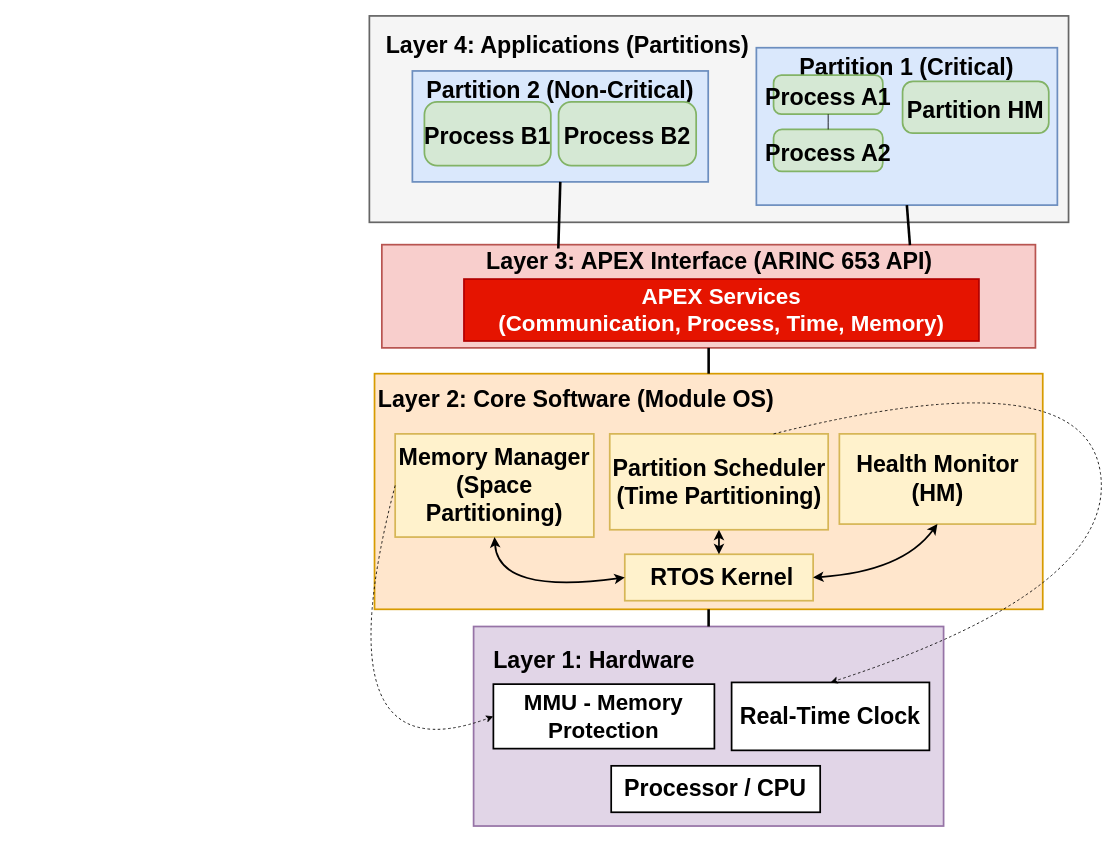
This is schemes/arinc653_archi.drawio from bouleaulama30/ucx-os-ARINC653, a draw.io file, before an edit. Source tidied: cells renumbered, new cells numbered last; positions are measured from the earlier drawing's top-left corner, leaving out a move shared by most shapes. Both pictures are drawn from the tidied source at 86%, with x=0, y=0 at pixel (317, 15).
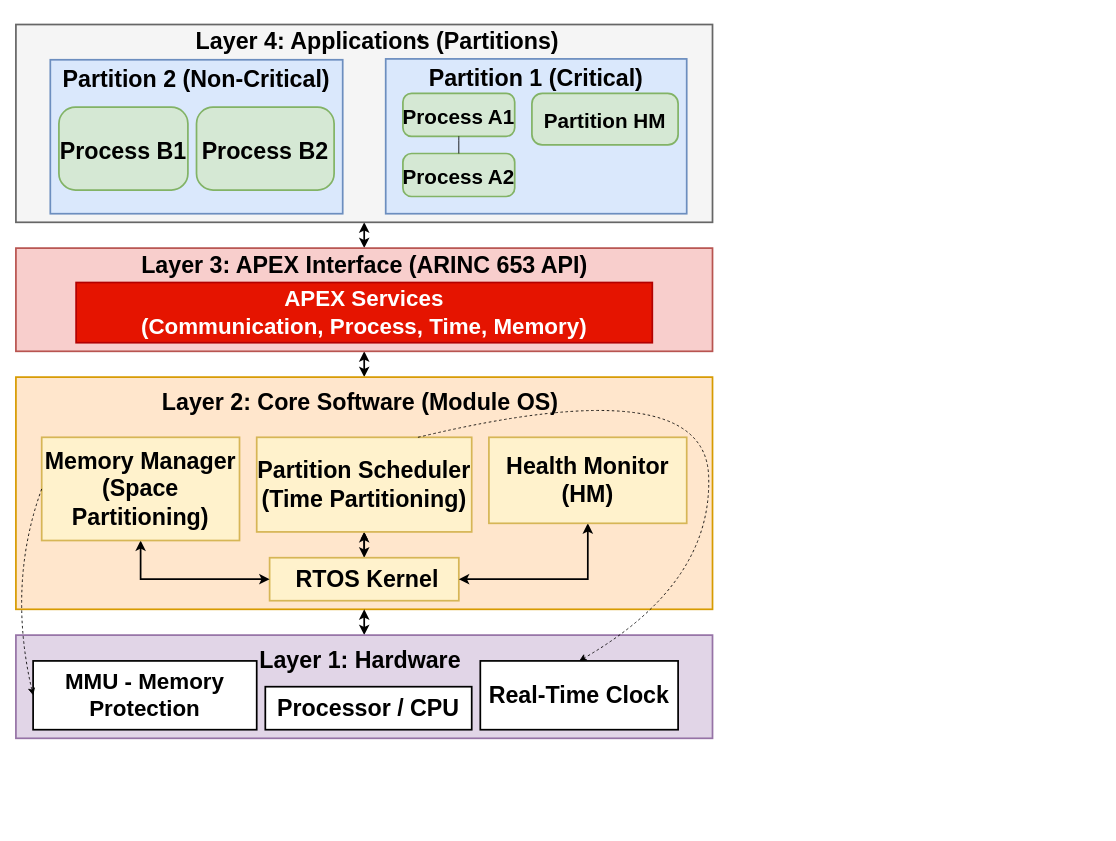
Above is the later version.

The edit, as a diff of the source:
```diff
@@
+    <mxCell id="35" style="edgeStyle=orthogonalEdgeStyle;rounded=0;jettySize=auto;html=1;entryX=0.5;entryY=0;entryDx=0;entryDy=0;startArrow=classic;startFill=1;strokeWidth=2;" parent="1" edge="1" source="2" target="11">
+      <mxGeometry relative="1" as="geometry" />
+    </mxCell>
     <mxCell id="2" style="whiteSpace=wrap;strokeWidth=2;fillColor=#f5f5f5;fontColor=#333333;strokeColor=#666666;" parent="1" vertex="1">
-      <mxGeometry x="60" width="813" height="240" as="geometry" />
+      <mxGeometry x="-351" y="10" width="810" height="230" as="geometry" />
     </mxCell>
     <mxCell id="3" value="Partition 2 (Non-Critical)" style="whiteSpace=wrap;strokeWidth=2;verticalAlign=top;fontStyle=1;fontSize=27;fillColor=#dae8fc;strokeColor=#6c8ebf;" parent="1" vertex="1">
-      <mxGeometry x="110" y="64" width="344" height="129" as="geometry" />
+      <mxGeometry x="-311" y="51" width="340" height="179" as="geometry" />
     </mxCell>
     <mxCell id="4" value="Process B1" style="rounded=1;arcSize=20;strokeWidth=2;fontStyle=1;fontSize=27;fillColor=#d5e8d4;strokeColor=#82b366;" parent="3" vertex="1">
-      <mxGeometry x="14" y="36" width="147" height="74" as="geometry" />
+      <mxGeometry x="10" y="55.1" width="150" height="96.4" as="geometry" />
     </mxCell>
     <mxCell id="5" value="Process B2" style="rounded=1;arcSize=20;strokeWidth=2;fontStyle=1;fontSize=27;fillColor=#d5e8d4;strokeColor=#82b366;" parent="3" vertex="1">
-      <mxGeometry x="170" y="36" width="160" height="74" as="geometry" />
+      <mxGeometry x="170" y="55.1" width="160" height="96.4" as="geometry" />
     </mxCell>
     <mxCell id="6" value="Partition 1 (Critical)" style="whiteSpace=wrap;strokeWidth=2;verticalAlign=top;fontStyle=1;fontSize=27;fillColor=#dae8fc;strokeColor=#6c8ebf;" parent="1" vertex="1">
-      <mxGeometry x="510" y="37" width="350" height="183" as="geometry" />
+      <mxGeometry x="79" y="50" width="350" height="180" as="geometry" />
     </mxCell>
-    <mxCell id="7" value="Process A1" style="rounded=1;arcSize=20;strokeWidth=2;fontStyle=1;fontSize=27;fillColor=#d5e8d4;strokeColor=#82b366;" parent="6" vertex="1">
-      <mxGeometry x="20" y="31.9" width="127" height="45.4" as="geometry" />
+    <mxCell id="7" value="Process A1" style="rounded=1;arcSize=20;strokeWidth=2;fontStyle=1;fontSize=24;fillColor=#d5e8d4;strokeColor=#82b366;" parent="6" vertex="1">
+      <mxGeometry x="20" y="40" width="130" height="50" as="geometry" />
     </mxCell>
-    <mxCell id="8" value="Process A2" style="rounded=1;arcSize=20;strokeWidth=2;fontStyle=1;fontSize=27;fillColor=#d5e8d4;strokeColor=#82b366;" parent="6" vertex="1">
-      <mxGeometry x="20" y="95" width="127" height="48.9" as="geometry" />
+    <mxCell id="8" value="Process A2" style="rounded=1;arcSize=20;strokeWidth=2;fontStyle=1;fontSize=24;fillColor=#d5e8d4;strokeColor=#82b366;" parent="6" vertex="1">
+      <mxGeometry x="20" y="110" width="130" height="50" as="geometry" />
     </mxCell>
-    <mxCell id="9" value="Partition HM" style="rounded=1;arcSize=20;strokeWidth=2;fontStyle=1;fontSize=27;fillColor=#d5e8d4;strokeColor=#82b366;" parent="6" vertex="1">
-      <mxGeometry x="170" y="39" width="170" height="60.3" as="geometry" />
+    <mxCell id="9" value="Partition HM" style="rounded=1;arcSize=20;strokeWidth=2;fontStyle=1;fontSize=24;fillColor=#d5e8d4;strokeColor=#82b366;" parent="6" vertex="1">
+      <mxGeometry x="170" y="40" width="170" height="60" as="geometry" />
     </mxCell>
@@
+    <mxCell id="36" style="edgeStyle=orthogonalEdgeStyle;rounded=0;jettySize=auto;html=1;entryX=0.5;entryY=0;entryDx=0;entryDy=0;startArrow=classic;startFill=1;strokeWidth=2;" parent="1" edge="1" source="11" target="14">
+      <mxGeometry relative="1" as="geometry" />
+    </mxCell>
     <mxCell id="11" style="whiteSpace=wrap;strokeWidth=2;verticalAlign=top;fillColor=#f8cecc;strokeColor=#b85450;" parent="1" vertex="1">
-      <mxGeometry x="74.5" y="266" width="760" height="120" as="geometry" />
+      <mxGeometry x="-351" y="270" width="810" height="120" as="geometry" />
     </mxCell>
     <mxCell id="12" value="APEX Services&#10;(Communication, Process, Time, Memory)" style="whiteSpace=wrap;strokeWidth=2;fontStyle=1;fontSize=26;fillColor=#e51400;fontColor=#ffffff;strokeColor=#B20000;" parent="11" vertex="1">
-      <mxGeometry x="95.5" y="40" width="598.8" height="72" as="geometry" />
+      <mxGeometry x="70" y="40" width="670" height="70" as="geometry" />
     </mxCell>
     <mxCell id="13" value="&lt;font&gt;Layer 3: APEX Interface (ARINC 653 API)&lt;/font&gt;" style="text;strokeColor=none;fillColor=none;html=1;fontSize=27;fontStyle=1;verticalAlign=middle;align=center;" parent="11" vertex="1">
-      <mxGeometry x="264.9" y="12" width="230.3" height="15.1" as="geometry" />
+      <mxGeometry x="280" y="10" width="250" height="20" as="geometry" />
     </mxCell>
     <mxCell id="14" style="whiteSpace=wrap;strokeWidth=2;fillColor=#ffe6cc;strokeColor=#d79b00;" parent="1" vertex="1">
-      <mxGeometry x="66" y="416" width="777" height="274" as="geometry" />
+      <mxGeometry x="-351" y="420" width="810" height="270" as="geometry" />
     </mxCell>
+    <mxCell id="23" style="edgeStyle=orthogonalEdgeStyle;rounded=0;jettySize=auto;html=1;entryX=0.5;entryY=1;entryDx=0;entryDy=0;startArrow=classic;startFill=1;strokeWidth=2;" parent="1" edge="1" source="15" target="14">
+      <mxGeometry relative="1" as="geometry" />
+    </mxCell>
     <mxCell id="15" style="whiteSpace=wrap;strokeWidth=2;fillColor=#e1d5e7;strokeColor=#9673a6;" parent="1" vertex="1">
-      <mxGeometry x="181.2" y="710" width="546.5" height="232" as="geometry" />
+      <mxGeometry x="-351" y="720" width="810" height="120" as="geometry" />
     </mxCell>
     <mxCell id="16" value="Processor / CPU" style="whiteSpace=wrap;strokeWidth=2;fontStyle=1;fontSize=27;" parent="1" vertex="1">
-      <mxGeometry x="341.2" y="872" width="243" height="54" as="geometry" />
+      <mxGeometry x="-61" y="780" width="240" height="50" as="geometry" />
     </mxCell>
     <mxCell id="17" value="MMU - Memory Protection" style="whiteSpace=wrap;strokeWidth=2;fontStyle=1;fontSize=26;" parent="1" vertex="1">
-      <mxGeometry x="204.2" y="777" width="257" height="75" as="geometry" />
+      <mxGeometry x="-331" y="750" width="260" height="80" as="geometry" />
     </mxCell>
     <mxCell id="18" value="Real-Time Clock" style="whiteSpace=wrap;strokeWidth=2;fontStyle=1;fontSize=27;" parent="1" vertex="1">
-      <mxGeometry x="481.2" y="775" width="230" height="79" as="geometry" />
+      <mxGeometry x="189" y="750" width="230" height="80" as="geometry" />
     </mxCell>
+    <mxCell id="37" style="edgeStyle=orthogonalEdgeStyle;rounded=0;jettySize=auto;html=1;" parent="1" edge="1" source="19" target="20">
+      <mxGeometry relative="1" as="geometry" />
+    </mxCell>
+    <mxCell id="38" style="edgeStyle=orthogonalEdgeStyle;rounded=0;jettySize=auto;html=1;strokeColor=default;startArrow=classic;startFill=1;strokeWidth=2;" parent="1" edge="1" source="19" target="20">
+      <mxGeometry relative="1" as="geometry" />
+    </mxCell>
     <mxCell id="19" value=" RTOS Kernel" style="whiteSpace=wrap;strokeWidth=2;fontStyle=1;fontSize=27;fillColor=#fff2cc;strokeColor=#d6b656;" parent="1" vertex="1">
-      <mxGeometry x="357" y="626" width="219" height="54" as="geometry" />
+      <mxGeometry x="-56" y="630" width="220" height="50" as="geometry" />
     </mxCell>
     <mxCell id="20" value="Partition Scheduler&#10;(Time Partitioning)" style="whiteSpace=wrap;strokeWidth=2;fontStyle=1;fontSize=27;fillColor=#fff2cc;strokeColor=#d6b656;" parent="1" vertex="1">
-      <mxGeometry x="339.5" y="486" width="254" height="111.5" as="geometry" />
+      <mxGeometry x="-71" y="490" width="250" height="110" as="geometry" />
     </mxCell>
+    <mxCell id="29" style="edgeStyle=orthogonalEdgeStyle;rounded=0;jettySize=auto;html=1;entryX=0;entryY=0.5;entryDx=0;entryDy=0;exitX=0.5;exitY=1;exitDx=0;exitDy=0;exitPerimeter=0;startArrow=classic;startFill=1;strokeWidth=2;" parent="1" edge="1" source="21" target="19">
+      <mxGeometry relative="1" as="geometry" />
+    </mxCell>
     <mxCell id="21" value="Memory Manager&#10;(Space Partitioning)" style="whiteSpace=wrap;strokeWidth=2;points=[[0,0,0,0,0],[0,0.25,0,0,0],[0,0.5,0,0,0],[0,0.75,0,0,0],[0,1,0,0,0],[0.25,0,0,0,0],[0.25,1,0,0,0],[0.5,0,0,0,0],[0.5,1,0,0,0],[0.75,0,0,0,0],[0.75,1,0,0,0],[1,0,0,0,0],[1,0.25,0,0,0],[1,0.5,0,0,0],[1,0.75,0,0,0],[1,1,0,0,0]];fontStyle=1;fontSize=27;fillColor=#fff2cc;strokeColor=#d6b656;" parent="1" vertex="1">
-      <mxGeometry x="90" y="486" width="231" height="120" as="geometry" />
+      <mxGeometry x="-321" y="490" width="230" height="120" as="geometry" />
     </mxCell>
+    <mxCell id="39" style="edgeStyle=orthogonalEdgeStyle;rounded=0;jettySize=auto;html=1;entryX=1;entryY=0.5;entryDx=0;entryDy=0;exitX=0.5;exitY=1;exitDx=0;exitDy=0;startArrow=classic;startFill=1;strokeWidth=2;" parent="1" edge="1" source="22" target="19">
+      <mxGeometry relative="1" as="geometry" />
+    </mxCell>
     <mxCell id="22" value="Health Monitor (HM)" style="whiteSpace=wrap;strokeWidth=2;fontStyle=1;fontSize=27;fillColor=#fff2cc;strokeColor=#d6b656;" parent="1" vertex="1">
-      <mxGeometry x="606.5" y="486" width="228" height="104.9" as="geometry" />
+      <mxGeometry x="199" y="490" width="230" height="100" as="geometry" />
     </mxCell>
-    <mxCell id="23" style="curved=1;startArrow=none;endArrow=none;strokeWidth=3;rounded=0;" parent="1" edge="1" source="15" target="14">
-      <mxGeometry relative="1" as="geometry" />
-    </mxCell>
-    <mxCell id="24" style="curved=1;startArrow=none;endArrow=none;strokeWidth=3;rounded=0;" parent="1" edge="1" source="14" target="11">
-      <mxGeometry relative="1" as="geometry" />
-    </mxCell>
-    <mxCell id="25" style="curved=0;startArrow=none;endArrow=none;strokeWidth=3;exitX=0.808;exitY=0.004;entryX=0.5;entryY=1;rounded=0;exitDx=0;exitDy=0;exitPerimeter=0;" parent="1" edge="1" source="11" target="6">
-      <mxGeometry relative="1" as="geometry" />
-    </mxCell>
     <mxCell id="26" value="Layer 4: Applications (Partitions)" style="text;strokeColor=none;fillColor=none;html=1;fontSize=27;fontStyle=1;verticalAlign=middle;align=center;" parent="1" vertex="1">
-      <mxGeometry x="240" y="15" width="100" height="40" as="geometry" />
+      <mxGeometry x="19" y="10" width="100" height="40" as="geometry" />
     </mxCell>
     <mxCell id="27" value="Layer 2: Core Software (Module OS)" style="text;strokeColor=none;fillColor=none;html=1;fontSize=27;fontStyle=1;verticalAlign=middle;align=center;" parent="1" vertex="1">
-      <mxGeometry x="250" y="426" width="100" height="40" as="geometry" />
+      <mxGeometry x="-1" y="430" width="100" height="40" as="geometry" />
     </mxCell>
     <mxCell id="28" value="Layer 1: Hardware" style="text;strokeColor=none;fillColor=none;html=1;fontSize=27;fontStyle=1;verticalAlign=middle;align=center;" parent="1" vertex="1">
-      <mxGeometry x="271.2" y="730" width="100" height="40" as="geometry" />
+      <mxGeometry x="-1" y="730" width="100" height="40" as="geometry" />
     </mxCell>
-    <mxCell id="29" style="endArrow=classic;startArrow=classic;html=1;rounded=0;exitX=0.5;exitY=1;exitDx=0;exitDy=0;exitPerimeter=0;entryX=0;entryY=0.5;entryDx=0;entryDy=0;curved=1;strokeWidth=2;" parent="1" edge="1" source="21" target="19">
-      <mxGeometry relative="1" as="geometry">
-        <Array as="points">
-          <mxPoint x="210" y="673" />
-        </Array>
-      </mxGeometry>
-    </mxCell>
-    <mxCell id="30" style="endArrow=classic;startArrow=classic;html=1;rounded=0;exitX=1;exitY=0.5;exitDx=0;exitDy=0;entryX=0.5;entryY=1;entryDx=0;entryDy=0;curved=1;strokeWidth=2;" parent="1" edge="1" source="19" target="22">
-      <mxGeometry relative="1" as="geometry">
-        <Array as="points">
-          <mxPoint x="680" y="646" />
-        </Array>
-      </mxGeometry>
-    </mxCell>
-    <mxCell id="31" style="endArrow=classic;startArrow=classic;html=1;rounded=0;entryX=0.5;entryY=1;entryDx=0;entryDy=0;exitX=0.5;exitY=0;exitDx=0;exitDy=0;strokeWidth=2;" parent="1" edge="1" source="19" target="20">
-      <mxGeometry relative="1" as="geometry" />
-    </mxCell>
     <mxCell id="32" style="endArrow=classic;html=1;rounded=0;exitX=0;exitY=0.5;exitDx=0;exitDy=0;exitPerimeter=0;entryX=0;entryY=0.5;entryDx=0;entryDy=0;curved=1;dashed=1;" parent="1" edge="1" source="21" target="17">
       <mxGeometry relative="1" as="geometry">
         <Array as="points">
-          <mxPoint y="890" />
+          <mxPoint x="-361" y="660" />
         </Array>
       </mxGeometry>
     </mxCell>
     <mxCell id="33" style="endArrow=classic;html=1;rounded=0;exitX=0.75;exitY=0;exitDx=0;exitDy=0;entryX=0.5;entryY=0;entryDx=0;entryDy=0;curved=1;dashed=1;" parent="1" edge="1" source="20" target="18">
       <mxGeometry relative="1" as="geometry">
         <Array as="points">
-          <mxPoint x="890" y="396" />
-          <mxPoint x="930" y="666" />
+          <mxPoint x="450" y="410" />
+          <mxPoint x="459" y="660" />
         </Array>
       </mxGeometry>
     </mxCell>
-    <mxCell id="34" style="curved=0;startArrow=none;endArrow=none;strokeWidth=3;entryX=0.5;entryY=1;rounded=0;entryDx=0;entryDy=0;exitX=0.27;exitY=0.037;exitDx=0;exitDy=0;exitPerimeter=0;" parent="1" edge="1" source="11" target="3">
-      <mxGeometry relative="1" as="geometry" />
-    </mxCell>
+    <mxCell id="40" style="edgeStyle=orthogonalEdgeStyle;rounded=0;orthogonalLoop=1;jettySize=auto;html=1;exitX=1;exitY=0.5;exitDx=0;exitDy=0;entryX=1;entryY=0.25;entryDx=0;entryDy=0;" parent="1" edge="1" source="26" target="26">
+      <mxGeometry relative="1" as="geometry" />
+    </mxCell>
```
